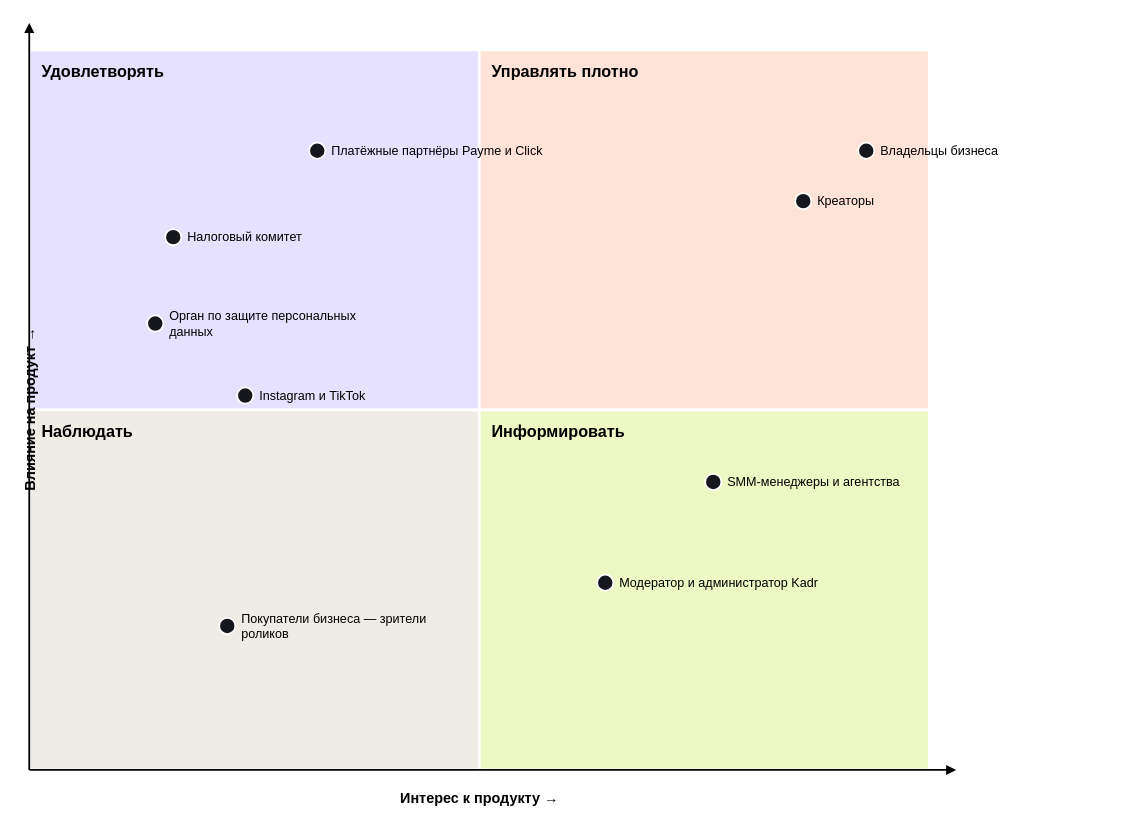
The draw.io diagram models/stakeholder_matrix.drawio in khananitavsl-a11y/Kadr, before the edit. Source tidied: cells renumbered, new cells numbered last; positions are measured from the earlier drawing's top-left corner, leaving out a move shared by most shapes. Both pictures are drawn from the tidied source at 90%, with x=0, y=0 at pixel (-70, 22).
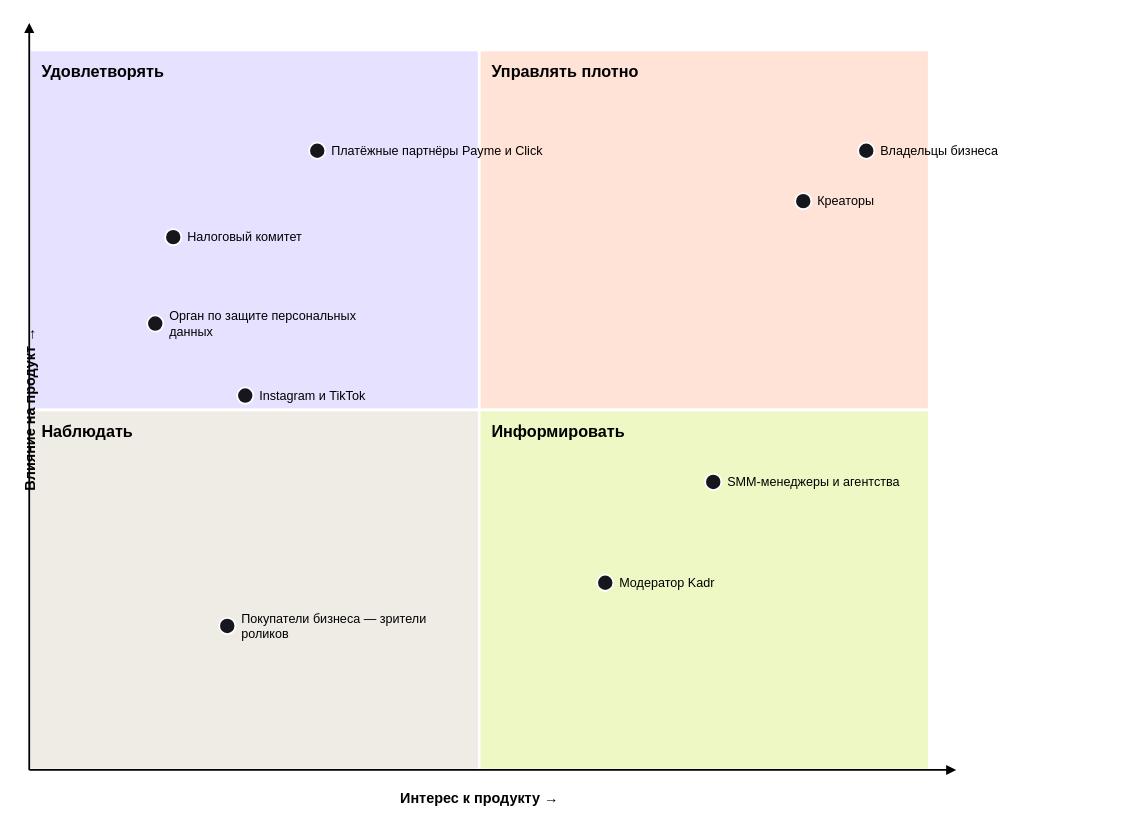
The same page after the edit.

What changed in the source:
```diff
@@
-    <mxCell id="17" value="Модератор и администратор Kadr" style="text;html=1;align=left;verticalAlign=middle;fontSize=14;whiteSpace=wrap;" parent="1" vertex="1">
+    <mxCell id="17" value="Модератор Kadr" style="text;html=1;align=left;verticalAlign=middle;fontSize=14;whiteSpace=wrap;" parent="1" vertex="1">
       <mxGeometry x="764" y="608" width="260" height="28" as="geometry" />
     </mxCell>
```
